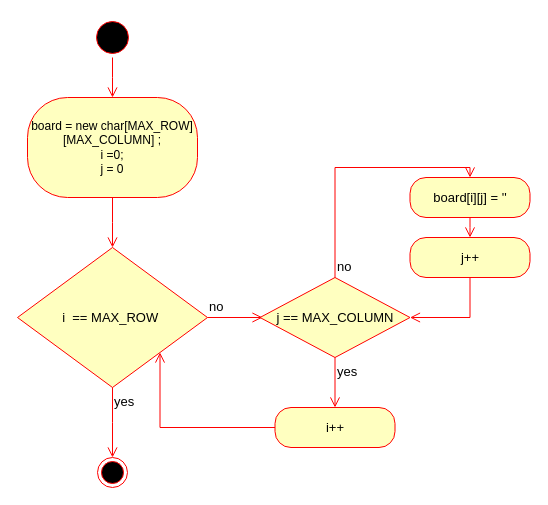
The draw.io diagram DRAW_IO/GameBoard_AD.drawio in c-tollison/extendedConnectX, before the edit. Source tidied: cells renumbered, new cells numbered last; positions are measured from the earlier drawing's top-left corner, leaving out a move shared by most shapes. Both pictures are drawn from the tidied source at 100%, with x=0, y=0 at pixel (17, 17).
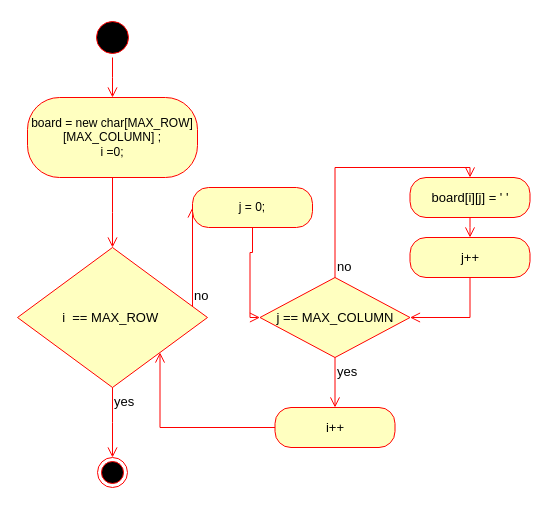
After the change.

The change refers to these unchanged cells:
```xml
<mxCell id="6" value="i&amp;nbsp; == MAX_ROW&amp;nbsp;" style="rhombus;whiteSpace=wrap;html=1;fillColor=#ffffc0;strokeColor=#ff0000;fontSize=13;" parent="1" vertex="1">
  <mxGeometry y="230" width="190" height="140" as="geometry" />
</mxCell>
<mxCell id="14" value="j == MAX_COLUMN" style="rhombus;whiteSpace=wrap;html=1;fillColor=#ffffc0;strokeColor=#ff0000;fontSize=13;" parent="1" vertex="1">
  <mxGeometry x="242.5" y="260" width="150" height="80" as="geometry" />
</mxCell>
```

The edit, as a diff of the source:
```diff
@@
-    <mxCell id="4" value="board = new char[MAX_ROW][MAX_COLUMN] ;&lt;br&gt;i =0;&lt;br&gt;j = 0" style="rounded=1;whiteSpace=wrap;html=1;arcSize=40;fontColor=#000000;fillColor=#ffffc0;strokeColor=#ff0000;" parent="1" vertex="1">
-      <mxGeometry x="10" y="80" width="170" height="100" as="geometry" />
+    <mxCell id="4" value="board = new char[MAX_ROW][MAX_COLUMN] ;&lt;br&gt;i =0;" style="rounded=1;whiteSpace=wrap;html=1;arcSize=40;fontColor=#000000;fillColor=#ffffc0;strokeColor=#ff0000;" parent="1" vertex="1">
+      <mxGeometry x="10" y="80" width="170" height="80" as="geometry" />
     </mxCell>
@@
-    <mxCell id="7" value="no" style="edgeStyle=orthogonalEdgeStyle;html=1;align=left;verticalAlign=bottom;endArrow=open;endSize=8;strokeColor=#ff0000;rounded=0;fontSize=13;" parent="1" edge="1" source="6">
+    <mxCell id="7" value="no" style="edgeStyle=orthogonalEdgeStyle;html=1;align=left;verticalAlign=bottom;endArrow=open;endSize=8;strokeColor=#ff0000;rounded=0;fontSize=13;entryX=0;entryY=0.5;entryDx=0;entryDy=0;" parent="1" edge="1" source="6" target="19">
       <mxGeometry x="-1" relative="1" as="geometry">
-        <mxPoint x="245" y="300" as="targetPoint" />
+        <Array as="points">
+          <mxPoint x="175" y="240" />
+          <mxPoint x="175" y="240" />
+        </Array>
       </mxGeometry>
     </mxCell>
@@
-    <mxCell id="10" value="board[i][j] = ''" style="rounded=1;whiteSpace=wrap;html=1;arcSize=40;fontColor=#000000;fillColor=#ffffc0;strokeColor=#ff0000;fontSize=13;" parent="1" vertex="1">
+    <mxCell id="10" value="board[i][j] = ' '" style="rounded=1;whiteSpace=wrap;html=1;arcSize=40;fontColor=#000000;fillColor=#ffffc0;strokeColor=#ff0000;fontSize=13;" parent="1" vertex="1">
       <mxGeometry x="392.5" y="160" width="120" height="40" as="geometry" />
     </mxCell>
@@
+    <mxCell id="19" value="j = 0;" style="rounded=1;whiteSpace=wrap;html=1;arcSize=40;fontColor=#000000;fillColor=#ffffc0;strokeColor=#ff0000;" parent="1" vertex="1">
+      <mxGeometry x="175" y="170" width="120" height="40" as="geometry" />
+    </mxCell>
+    <mxCell id="20" style="edgeStyle=orthogonalEdgeStyle;html=1;verticalAlign=bottom;endArrow=open;endSize=8;strokeColor=#ff0000;rounded=0;entryX=0;entryY=0.5;entryDx=0;entryDy=0;" parent="1" edge="1" source="19" target="14">
+      <mxGeometry relative="1" as="geometry" />
+    </mxCell>
```
